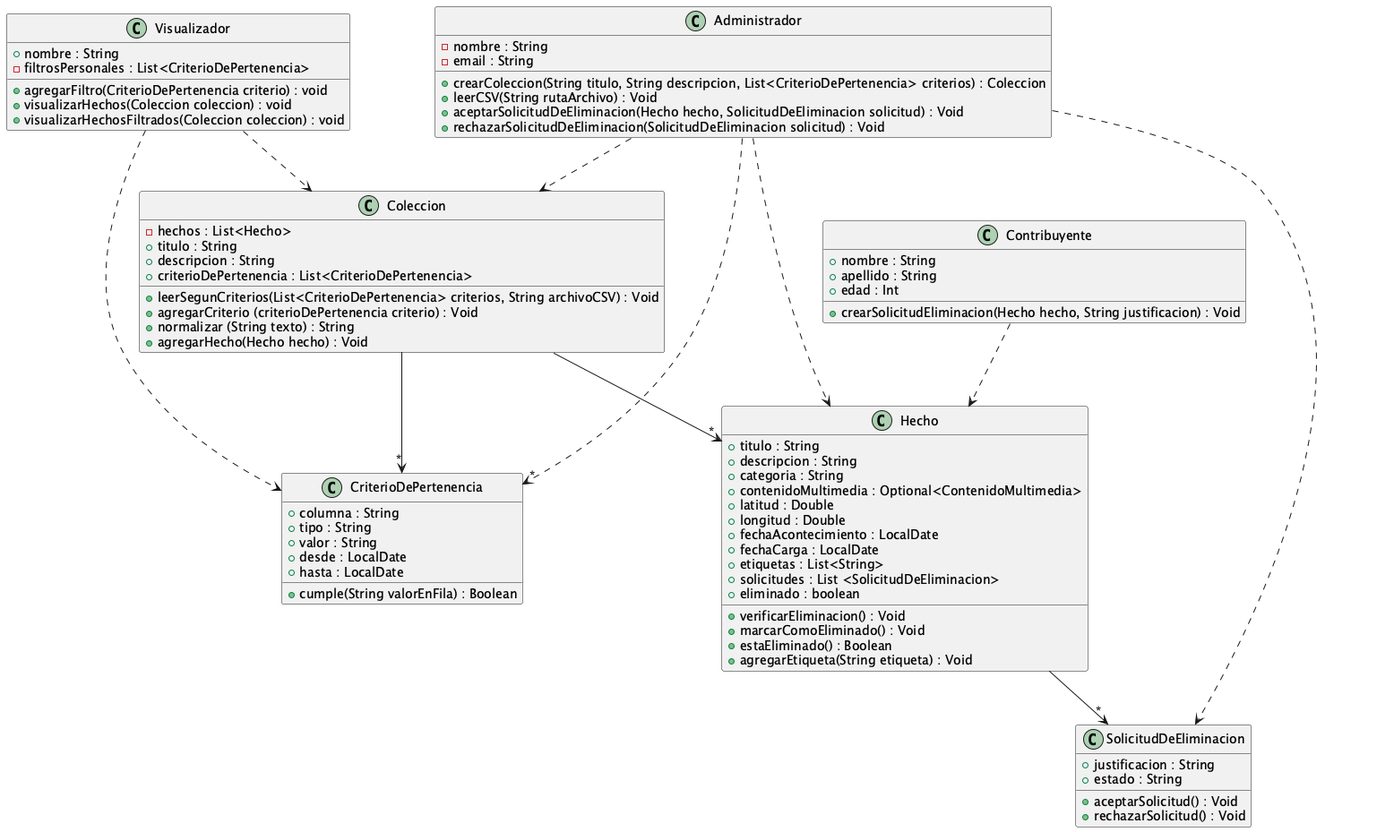
Above: docs/diagrama_clases.png in totopedroo/metamapa-tpa (PlantUML), before the change.
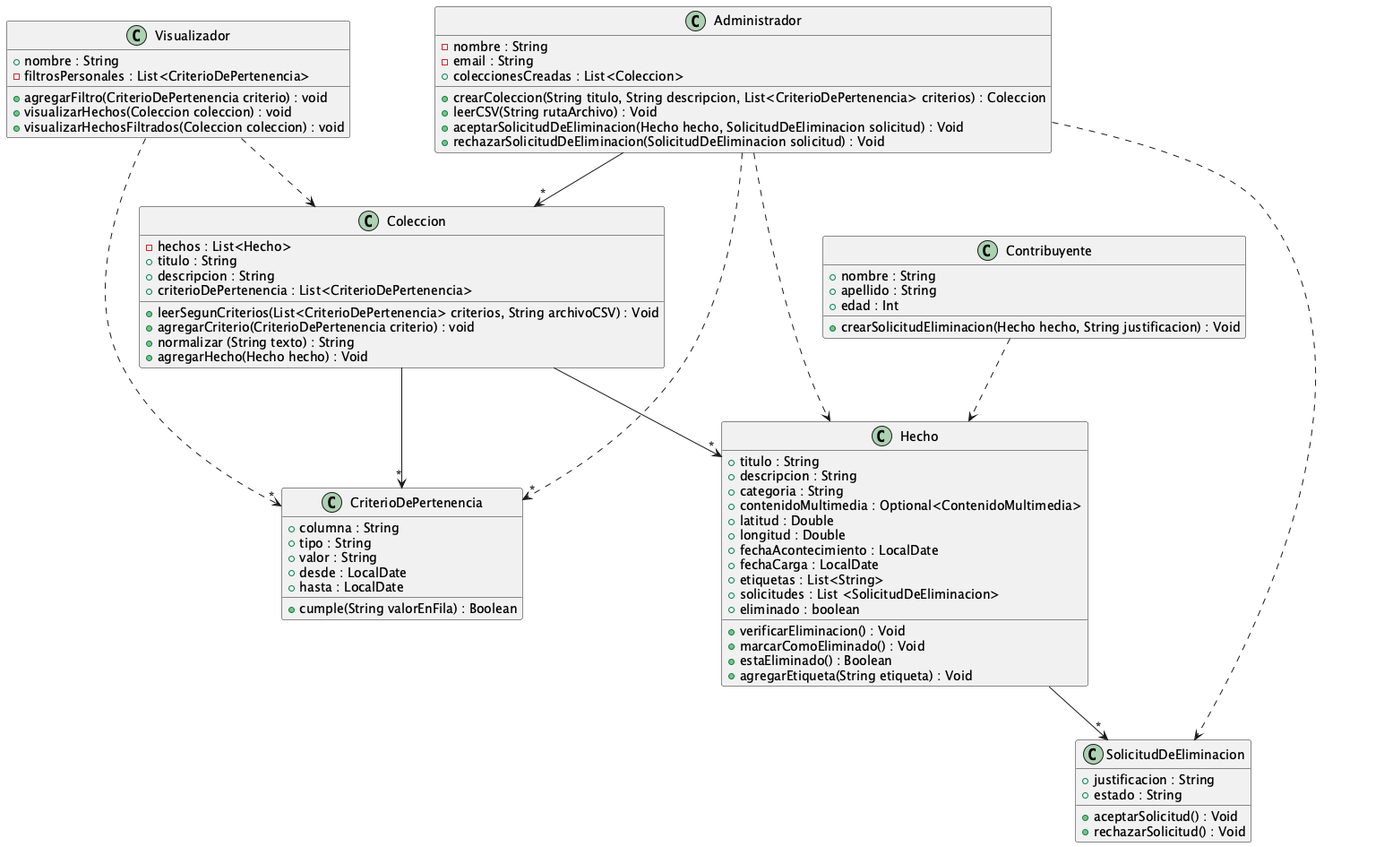
The same diagram one commit later.

Diff of the diagram source:
```diff
@@ -1,20 +1,21 @@
 @startuml
 
-Administrador ..>"*" CriterioDePertenencia
-Administrador ..> Coleccion
+Administrador ..> "*" CriterioDePertenencia
+Administrador --> "*" Coleccion
 Administrador ..> Hecho
 Administrador ..> SolicitudDeEliminacion
 
-Hecho -->"*"SolicitudDeEliminacion
+Hecho --> "*" SolicitudDeEliminacion
 Coleccion -->"*" Hecho
 Coleccion -->"*" CriterioDePertenencia
 Contribuyente ..> Hecho
 Visualizador ..> Coleccion
-Visualizador ..> CriterioDePertenencia
+Visualizador ..>"*" CriterioDePertenencia
 
 class Administrador {
 - nombre : String
 - email : String
++ coleccionesCreadas : List<Coleccion>
 
 + crearColeccion(String titulo, String descripcion, List<CriterioDePertenencia> criterios) : Coleccion
 + leerCSV(String rutaArchivo) : Void
@@ -31,7 +32,7 @@
 + criterioDePertenencia : List<CriterioDePertenencia>
 
 +leerSegunCriterios(List<CriterioDePertenencia> criterios, String archivoCSV) : Void
-+ agregarCriterio (criterioDePertenencia criterio) : Void
++ agregarCriterio(CriterioDePertenencia criterio) : void
 + normalizar (String texto) : String
 + agregarHecho(Hecho hecho) : Void
 
```
